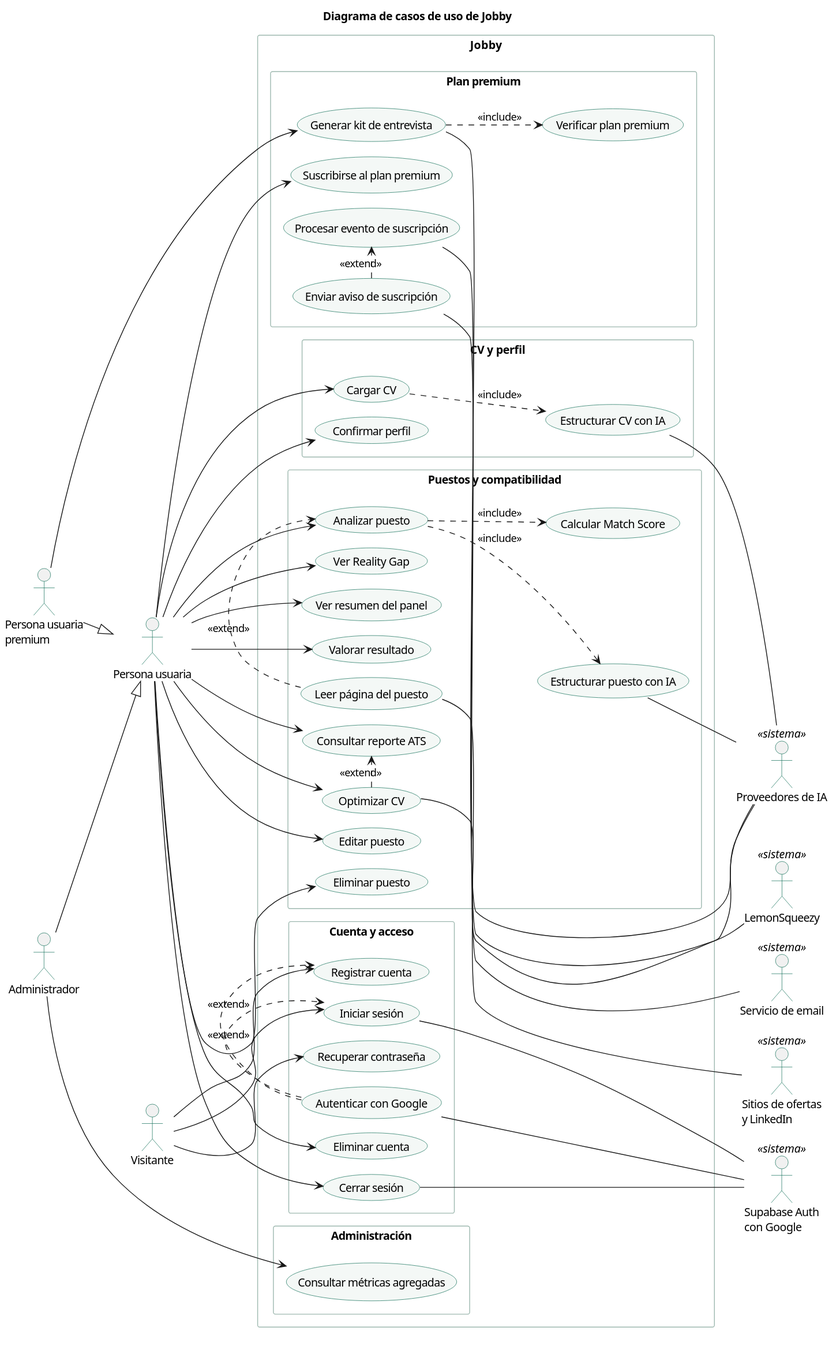
Buatishi/Jobby keeps this PlantUML diagram as docs/diagramas/casos-de-uso.svg. Above is the earlier version.
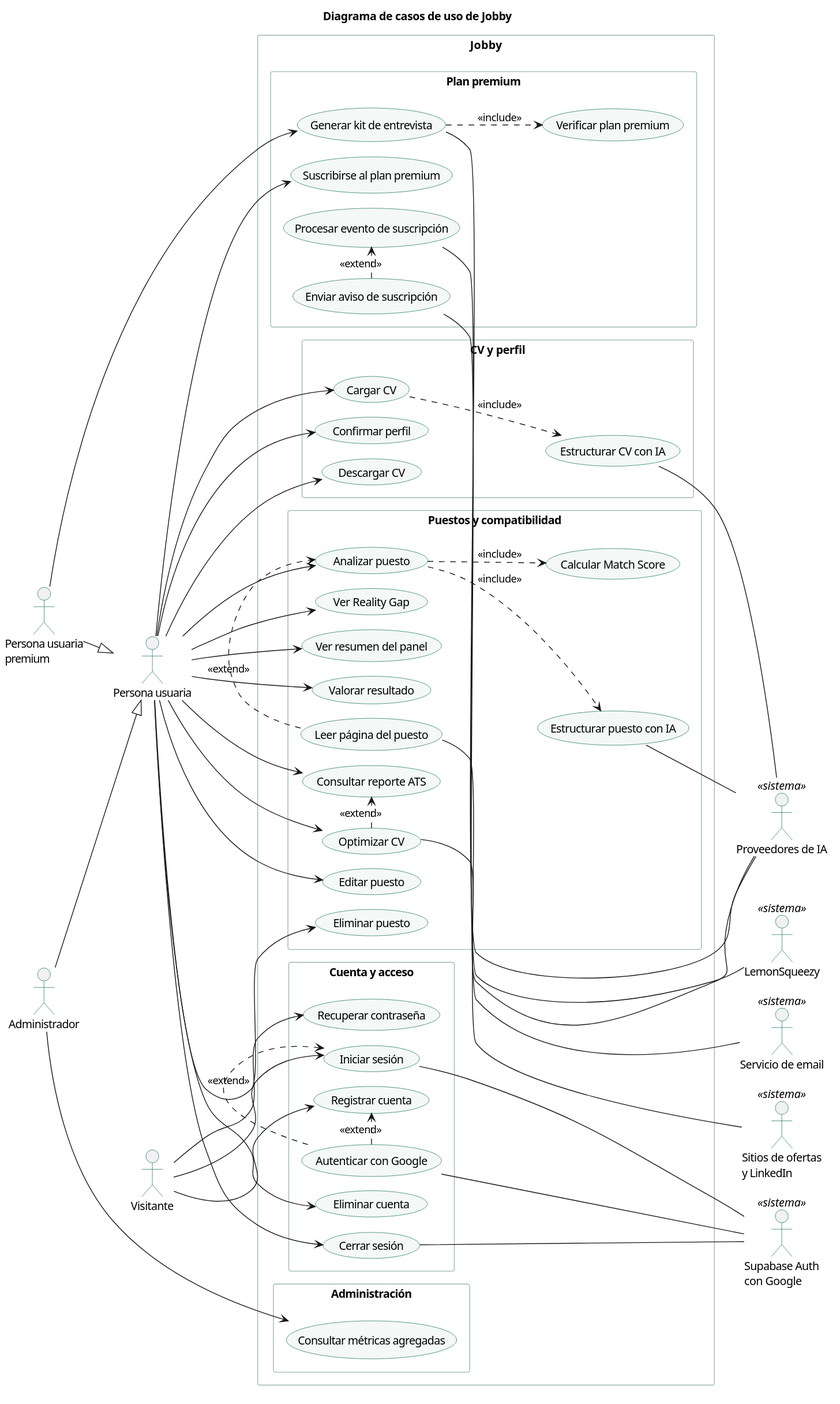
After the change.

The edit, as a diff of the source:
```diff
@@ -33,6 +33,7 @@
     usecase "Cargar CV" as CU05
     usecase "Estructurar CV con IA" as CU06
     usecase "Confirmar perfil" as CU07
+    usecase "Descargar CV" as CU27
   }
   rectangle "Puestos y compatibilidad" {
     usecase "Analizar puesto" as CU08
@@ -76,6 +77,7 @@
 
 U --> CU05
 U --> CU07
+U --> CU27
 U --> CU08
 U --> CU25
 U --> CU26
```
